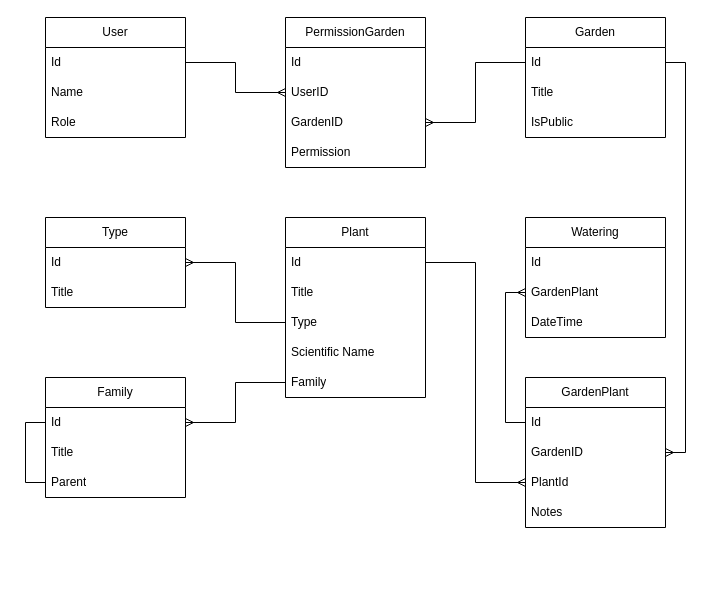
Earlier version of the draw.io diagram Garden-ER.drawio (MatiasGrimm/Garden). Source tidied: cells renumbered, new cells numbered last; positions are measured from the earlier drawing's top-left corner, leaving out a move shared by most shapes. Both pictures are drawn from the tidied source at 100%, with x=0, y=0 at pixel (45, 17).
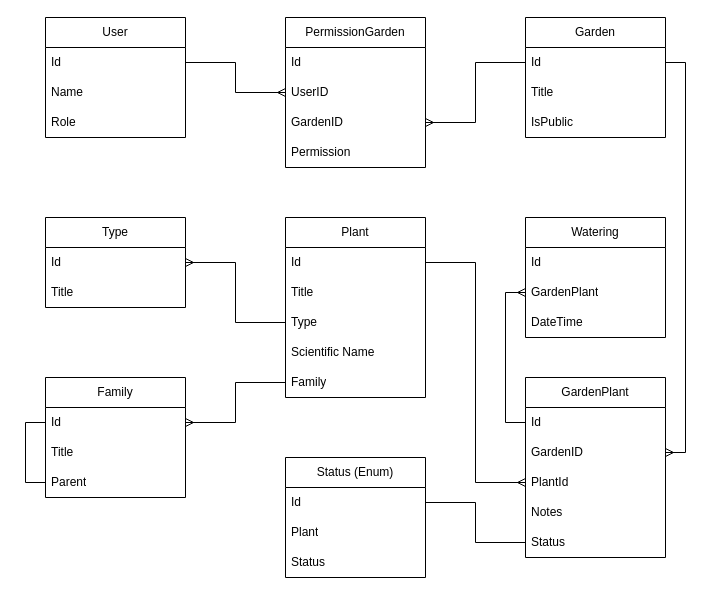
After the change.

What changed in the source:
```diff
@@
     <mxCell id="27" value="GardenPlant" style="swimlane;fontStyle=0;horizontal=1;startSize=30;whiteSpace=wrap;html=1;" parent="1" vertex="1">
-      <mxGeometry x="480" y="360" width="140" height="150" as="geometry" />
+      <mxGeometry x="480" y="360" width="140" height="180" as="geometry" />
     </mxCell>
@@
+    <mxCell id="45" value="Status" style="text;strokeColor=none;fillColor=none;align=left;verticalAlign=middle;spacingLeft=4;spacingRight=4;overflow=hidden;points=[[0,0.5],[1,0.5]];portConstraint=eastwest;whiteSpace=wrap;html=1;" parent="27" vertex="1">
+      <mxGeometry y="150" width="140" height="30" as="geometry" />
+    </mxCell>
@@
+    <mxCell id="46" value="Status (Enum)" style="swimlane;fontStyle=0;horizontal=1;startSize=30;whiteSpace=wrap;html=1;" parent="1" vertex="1">
+      <mxGeometry x="240" y="440" width="140" height="120" as="geometry" />
+    </mxCell>
+    <mxCell id="47" value="Id" style="text;strokeColor=none;fillColor=none;align=left;verticalAlign=middle;spacingLeft=4;spacingRight=4;overflow=hidden;points=[[0,0.5],[1,0.5]];portConstraint=eastwest;whiteSpace=wrap;html=1;" parent="46" vertex="1">
+      <mxGeometry y="30" width="140" height="30" as="geometry" />
+    </mxCell>
+    <mxCell id="48" value="Plant" style="text;strokeColor=none;fillColor=none;align=left;verticalAlign=middle;spacingLeft=4;spacingRight=4;overflow=hidden;whiteSpace=wrap;html=1;" parent="46" vertex="1">
+      <mxGeometry y="60" width="140" height="30" as="geometry" />
+    </mxCell>
+    <mxCell id="49" value="Status" style="text;strokeColor=none;fillColor=none;align=left;verticalAlign=middle;spacingLeft=4;spacingRight=4;overflow=hidden;whiteSpace=wrap;html=1;" parent="46" vertex="1">
+      <mxGeometry y="90" width="140" height="30" as="geometry" />
+    </mxCell>
+    <mxCell id="50" style="edgeStyle=orthogonalEdgeStyle;rounded=0;jettySize=auto;html=1;startArrow=baseDash;startFill=0;endArrow=baseDash;endFill=0;" parent="1" edge="1" source="45" target="47">
+      <mxGeometry relative="1" as="geometry" />
+    </mxCell>
```
